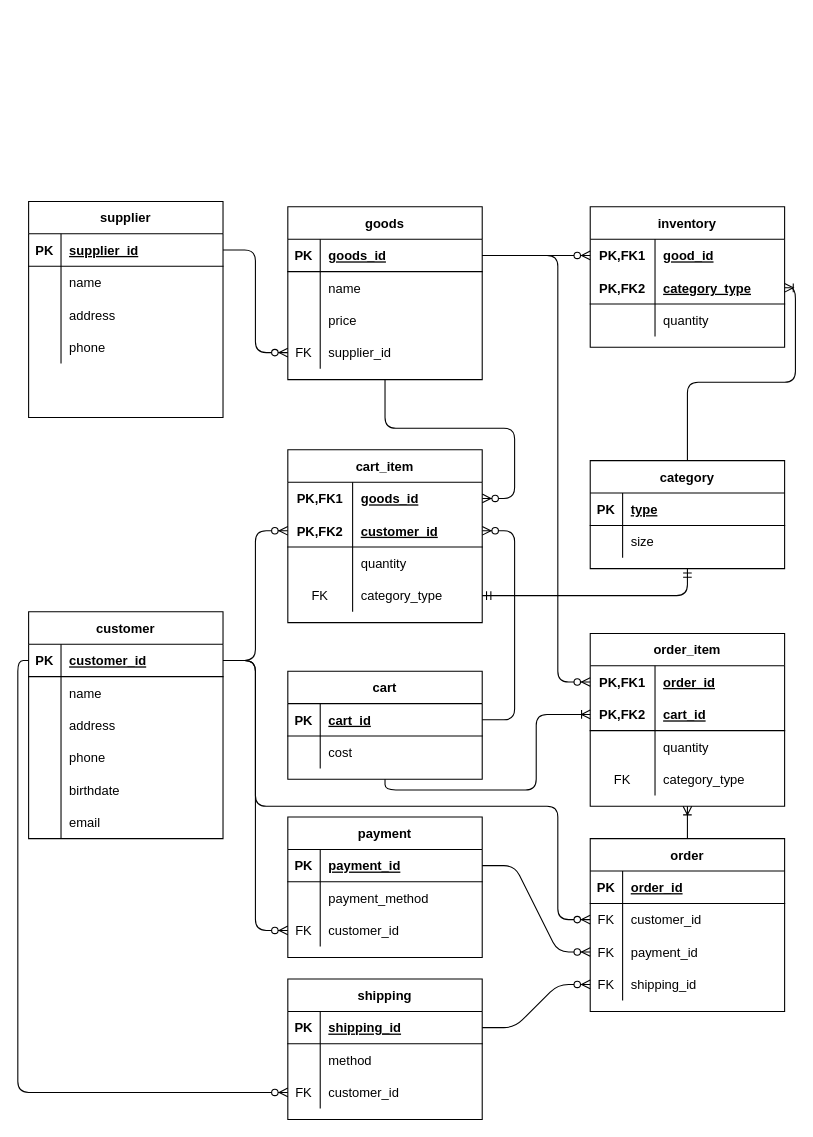
The draw.io diagram ermodel.drawio in BoshiLee/ecommerce, before the edit. Source tidied: cells renumbered, new cells numbered last; positions are measured from the earlier drawing's top-left corner, leaving out a move shared by most shapes. Both pictures are drawn from the tidied source at 108%, with x=0, y=0 at pixel (28, 201).
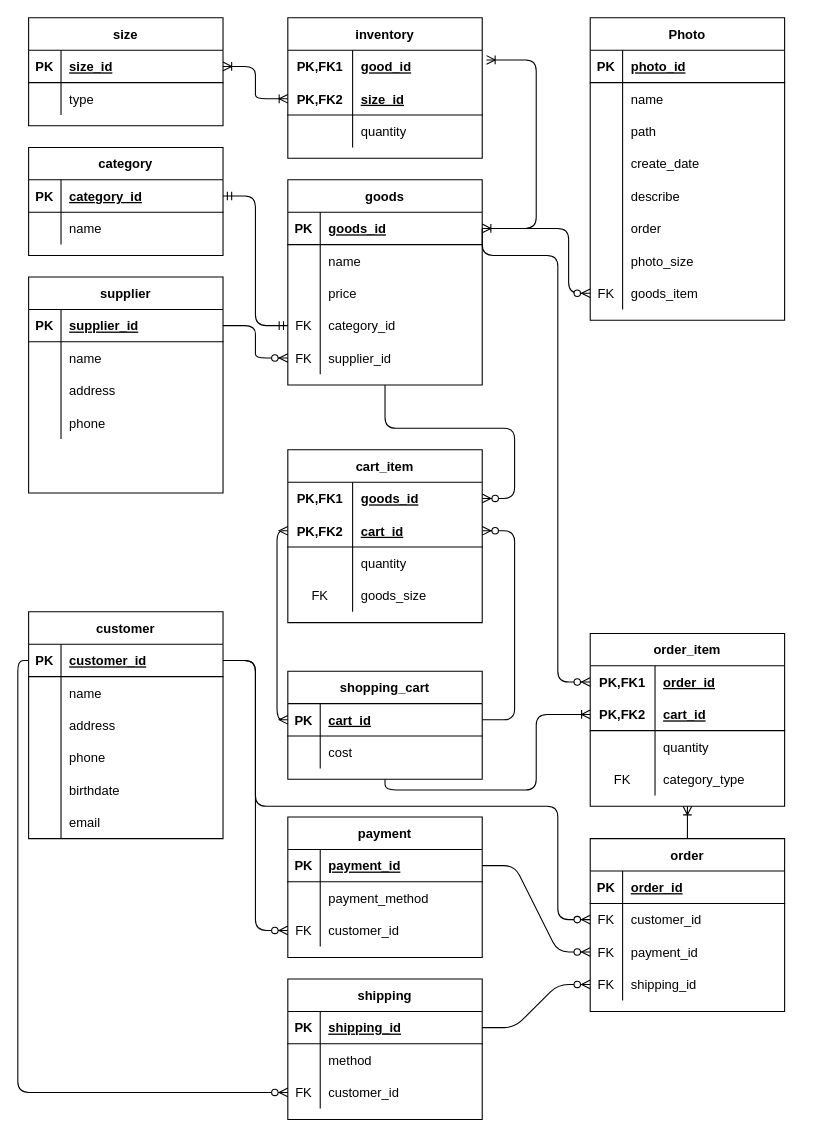
The same diagram, later.

Unchanged cells that the change refers to:
```xml
<mxCell id="3" style="shape=partialRectangle;fillColor=none;top=0;left=0;bottom=1;right=0;points=[[0,0.5],[1,0.5]];portConstraint=eastwest;" parent="2" vertex="1">
  <mxGeometry y="30" width="180" height="30" as="geometry" />
</mxCell>
<mxCell id="45" style="shape=partialRectangle;fillColor=none;top=0;left=0;bottom=1;right=0;points=[[0,0.5],[1,0.5]];portConstraint=eastwest;" parent="44" vertex="1">
  <mxGeometry y="30" width="180" height="30" as="geometry" />
</mxCell>
<mxCell id="58" style="shape=partialRectangle;fillColor=none;top=0;left=0;bottom=1;right=0;points=[[0,0.5],[1,0.5]];portConstraint=eastwest;" parent="57" vertex="1">
  <mxGeometry y="30" width="180" height="30" as="geometry" />
</mxCell>
<mxCell id="61" style="shape=partialRectangle;fillColor=none;top=0;left=0;bottom=0;right=0;" parent="57" vertex="1">
  <mxGeometry y="60" width="180" height="30" as="geometry" />
</mxCell>
<mxCell id="65" style="shape=partialRectangle;fillColor=none;top=0;left=0;bottom=1;right=0;points=[[0,0.5],[1,0.5]];portConstraint=eastwest;" parent="64" vertex="1">
  <mxGeometry y="30" width="180" height="30" as="geometry" />
</mxCell>
<mxCell id="88" style="shape=partialRectangle;fillColor=none;top=0;left=0;bottom=1;right=0;points=[[0,0.5],[1,0.5]];portConstraint=eastwest;" parent="84" vertex="1">
  <mxGeometry y="60" width="180" height="30" as="geometry" />
</mxCell>
<mxCell id="94" style="shape=partialRectangle;fillColor=none;top=0;left=0;bottom=0;right=0;points=[[0,0.5],[1,0.5]];portConstraint=eastwest;dashed=1;" parent="84" vertex="1">
  <mxGeometry y="120" width="180" height="30" as="geometry" />
</mxCell>
<mxCell id="101" style="shape=partialRectangle;fillColor=none;top=0;left=0;bottom=0;right=0;points=[[0,0.5],[1,0.5]];portConstraint=eastwest;" parent="100" vertex="1">
  <mxGeometry y="30" width="180" height="30" as="geometry" />
</mxCell>
<mxCell id="104" style="shape=partialRectangle;fillColor=none;top=0;left=0;bottom=1;right=0;points=[[0,0.5],[1,0.5]];portConstraint=eastwest;" parent="100" vertex="1">
  <mxGeometry y="60" width="180" height="30" as="geometry" />
</mxCell>
```

The edit, as a diff of the source:
```diff
@@
     <mxCell id="31" value="supplier" style="shape=table;startSize=30;childLayout=tableLayout;rowLines=0;fontStyle=1;align=center;" parent="1" vertex="1">
-      <mxGeometry width="180" height="200" as="geometry" />
+      <mxGeometry y="70" width="180" height="200" as="geometry" />
     </mxCell>
@@
     <mxCell id="44" value="goods" style="shape=table;startSize=30;childLayout=tableLayout;rowLines=0;fontStyle=1;align=center;" parent="1" vertex="1">
-      <mxGeometry x="240" y="5" width="180" height="160" as="geometry" />
+      <mxGeometry x="240" y="-20" width="180" height="190" as="geometry" />
     </mxCell>
@@
+    <mxCell id="145" style="shape=partialRectangle;fillColor=none;top=0;left=0;bottom=0;right=0;points=[[0,0.5],[1,0.5]];portConstraint=eastwest;" parent="44" vertex="1">
+      <mxGeometry y="120" width="180" height="30" as="geometry" />
+    </mxCell>
+    <mxCell id="146" value="FK" style="shape=partialRectangle;fillColor=none;top=0;left=0;bottom=0;right=0;fontStyle=0;overflow=hidden;" parent="145" vertex="1">
+      <mxGeometry width="30" height="30" as="geometry" />
+    </mxCell>
+    <mxCell id="147" value="category_id" style="shape=partialRectangle;fillColor=none;top=0;left=0;bottom=0;right=0;align=left;spacingLeft=6;fontStyle=0;overflow=hidden;" parent="145" vertex="1">
+      <mxGeometry x="30" width="150" height="30" as="geometry" />
+    </mxCell>
     <mxCell id="54" style="shape=partialRectangle;fillColor=none;top=0;left=0;bottom=0;right=0;points=[[0,0.5],[1,0.5]];portConstraint=eastwest;" parent="44" vertex="1">
-      <mxGeometry y="120" width="180" height="30" as="geometry" />
+      <mxGeometry y="150" width="180" height="30" as="geometry" />
     </mxCell>
@@
     <mxCell id="57" value="category" style="shape=table;startSize=30;childLayout=tableLayout;rowLines=0;fontStyle=1;align=center;" parent="1" vertex="1">
-      <mxGeometry x="520" y="240" width="180" height="100" as="geometry" />
+      <mxGeometry y="-50" width="180" height="100" as="geometry" />
     </mxCell>
@@
-    <mxCell id="60" value="type" style="shape=partialRectangle;fillColor=none;top=0;left=0;bottom=0;right=0;align=left;spacingLeft=6;fontStyle=5;overflow=hidden;" parent="58" vertex="1">
+    <mxCell id="60" value="category_id" style="shape=partialRectangle;fillColor=none;top=0;left=0;bottom=0;right=0;align=left;spacingLeft=6;fontStyle=5;overflow=hidden;" parent="58" vertex="1">
       <mxGeometry x="30" width="150" height="30" as="geometry" />
     </mxCell>
@@
-    <mxCell id="63" value="size" style="shape=partialRectangle;fillColor=none;top=0;left=0;bottom=0;right=0;align=left;spacingLeft=6;overflow=hidden;" parent="61" vertex="1">
+    <mxCell id="63" value="name" style="shape=partialRectangle;fillColor=none;top=0;left=0;bottom=0;right=0;align=left;spacingLeft=6;overflow=hidden;" parent="61" vertex="1">
       <mxGeometry x="30" width="150" height="30" as="geometry" />
     </mxCell>
-    <mxCell id="64" value="cart" style="shape=table;startSize=30;childLayout=tableLayout;rowLines=0;fontStyle=1;align=center;" parent="1" vertex="1">
+    <mxCell id="64" value="shopping_cart" style="shape=table;startSize=30;childLayout=tableLayout;rowLines=0;fontStyle=1;align=center;" parent="1" vertex="1">
       <mxGeometry x="240" y="435" width="180" height="100" as="geometry" />
     </mxCell>
@@
-    <mxCell id="90" value="customer_id" style="shape=partialRectangle;fillColor=none;top=0;left=0;bottom=0;right=0;align=left;spacingLeft=6;fontStyle=5;overflow=hidden;" parent="88" vertex="1">
+    <mxCell id="90" value="cart_id" style="shape=partialRectangle;fillColor=none;top=0;left=0;bottom=0;right=0;align=left;spacingLeft=6;fontStyle=5;overflow=hidden;" parent="88" vertex="1">
       <mxGeometry x="60" width="120" height="30" as="geometry" />
     </mxCell>
@@
-    <mxCell id="96" value="category_type" style="shape=partialRectangle;fillColor=none;top=0;left=0;bottom=0;right=0;align=left;spacingLeft=6;fontStyle=0;overflow=hidden;" parent="94" vertex="1">
+    <mxCell id="96" value="goods_size" style="shape=partialRectangle;fillColor=none;top=0;left=0;bottom=0;right=0;align=left;spacingLeft=6;fontStyle=0;overflow=hidden;" parent="94" vertex="1">
       <mxGeometry x="60" width="120" height="30" as="geometry" />
     </mxCell>
@@
     <mxCell id="100" value="inventory" style="shape=table;startSize=30;childLayout=tableLayout;rowLines=0;fontStyle=1;align=center;" parent="1" vertex="1">
-      <mxGeometry x="520" y="5" width="180" height="130" as="geometry" />
+      <mxGeometry x="240" y="-170" width="180" height="130" as="geometry" />
     </mxCell>
@@
-    <mxCell id="106" value="category_type" style="shape=partialRectangle;fillColor=none;top=0;left=0;bottom=0;right=0;align=left;spacingLeft=6;fontStyle=5;overflow=hidden;" parent="104" vertex="1">
+    <mxCell id="106" value="size_id" style="shape=partialRectangle;fillColor=none;top=0;left=0;bottom=0;right=0;align=left;spacingLeft=6;fontStyle=5;overflow=hidden;" parent="104" vertex="1">
       <mxGeometry x="60" width="120" height="30" as="geometry" />
     </mxCell>
@@
-    <mxCell id="110" style="edgeStyle=orthogonalEdgeStyle;fontSize=12;html=1;endArrow=ERmandOne;startArrow=ERmandOne;entryX=0.5;entryY=1;entryDx=0;entryDy=0;exitX=1;exitY=0.5;exitDx=0;exitDy=0;" parent="1" edge="1" source="94" target="57">
-      <mxGeometry relative="1" as="geometry" />
-    </mxCell>
-    <mxCell id="111" style="edgeStyle=orthogonalEdgeStyle;fontSize=12;html=1;endArrow=ERzeroToMany;endFill=1;entryX=0;entryY=0.5;entryDx=0;entryDy=0;exitX=1;exitY=0.5;exitDx=0;exitDy=0;" parent="1" edge="1" source="45" target="101">
-      <mxGeometry relative="1" as="geometry" />
-    </mxCell>
-    <mxCell id="112" style="fontSize=12;html=1;endArrow=ERoneToMany;entryX=1;entryY=0.5;entryDx=0;entryDy=0;exitX=0.5;exitY=0;exitDx=0;exitDy=0;edgeStyle=orthogonalEdgeStyle;" parent="1" edge="1" source="57" target="104">
-      <mxGeometry relative="1" as="geometry" />
-    </mxCell>
-    <mxCell id="113" style="edgeStyle=entityRelationEdgeStyle;fontSize=12;html=1;endArrow=ERzeroToMany;endFill=1;entryX=0;entryY=0.5;entryDx=0;entryDy=0;exitX=1;exitY=0.5;exitDx=0;exitDy=0;" parent="1" edge="1" source="3" target="88">
-      <mxGeometry relative="1" as="geometry" />
-    </mxCell>
@@
+    <mxCell id="148" value="size" style="shape=table;startSize=30;childLayout=tableLayout;rowLines=0;fontStyle=1;align=center;" parent="1" vertex="1">
+      <mxGeometry y="-170" width="180" height="100" as="geometry" />
+    </mxCell>
+    <mxCell id="149" style="shape=partialRectangle;fillColor=none;top=0;left=0;bottom=1;right=0;points=[[0,0.5],[1,0.5]];portConstraint=eastwest;" parent="148" vertex="1">
+      <mxGeometry y="30" width="180" height="30" as="geometry" />
+    </mxCell>
+    <mxCell id="150" value="PK" style="shape=partialRectangle;fillColor=none;top=0;left=0;bottom=0;right=0;fontStyle=1;overflow=hidden;" parent="149" vertex="1">
+      <mxGeometry width="30" height="30" as="geometry" />
+    </mxCell>
+    <mxCell id="151" value="size_id" style="shape=partialRectangle;fillColor=none;top=0;left=0;bottom=0;right=0;align=left;spacingLeft=6;fontStyle=5;overflow=hidden;" parent="149" vertex="1">
+      <mxGeometry x="30" width="150" height="30" as="geometry" />
+    </mxCell>
+    <mxCell id="152" style="shape=partialRectangle;fillColor=none;top=0;left=0;bottom=0;right=0;" parent="148" vertex="1">
+      <mxGeometry y="60" width="180" height="30" as="geometry" />
+    </mxCell>
+    <mxCell id="153" style="shape=partialRectangle;fillColor=none;top=0;left=0;bottom=0;right=0;overflow=hidden;" parent="152" vertex="1">
+      <mxGeometry width="30" height="30" as="geometry" />
+    </mxCell>
+    <mxCell id="154" value="type" style="shape=partialRectangle;fillColor=none;top=0;left=0;bottom=0;right=0;align=left;spacingLeft=6;overflow=hidden;" parent="152" vertex="1">
+      <mxGeometry x="30" width="150" height="30" as="geometry" />
+    </mxCell>
+    <mxCell id="111" style="edgeStyle=orthogonalEdgeStyle;fontSize=12;html=1;endArrow=ERoneToMany;startArrow=ERoneToMany;entryX=1.022;entryY=0.3;entryDx=0;entryDy=0;entryPerimeter=0;exitX=1;exitY=0.5;exitDx=0;exitDy=0;" parent="1" edge="1" source="45" target="101">
+      <mxGeometry relative="1" as="geometry">
+        <Array as="points">
+          <mxPoint x="470" y="25" />
+          <mxPoint x="470" y="-131" />
+        </Array>
+      </mxGeometry>
+    </mxCell>
+    <mxCell id="155" style="edgeStyle=entityRelationEdgeStyle;fontSize=12;html=1;endArrow=ERoneToMany;startArrow=ERoneToMany;entryX=0;entryY=0.5;entryDx=0;entryDy=0;exitX=1;exitY=0.5;exitDx=0;exitDy=0;" parent="1" edge="1" source="149" target="104">
+      <mxGeometry relative="1" as="geometry" />
+    </mxCell>
+    <mxCell id="156" value="Photo" style="shape=table;startSize=30;childLayout=tableLayout;rowLines=0;fontStyle=1;align=center;" parent="1" vertex="1">
+      <mxGeometry x="520" y="-170" width="180" height="280" as="geometry" />
+    </mxCell>
+    <mxCell id="157" style="shape=partialRectangle;fillColor=none;top=0;left=0;bottom=1;right=0;" parent="156" vertex="1">
+      <mxGeometry y="30" width="180" height="30" as="geometry" />
+    </mxCell>
+    <mxCell id="158" value="PK" style="shape=partialRectangle;fillColor=none;top=0;left=0;bottom=0;right=0;fontStyle=1;overflow=hidden;" parent="157" vertex="1">
+      <mxGeometry width="30" height="30" as="geometry" />
+    </mxCell>
+    <mxCell id="159" value="photo_id" style="shape=partialRectangle;fillColor=none;top=0;left=0;bottom=0;right=0;align=left;spacingLeft=6;fontStyle=5;overflow=hidden;" parent="157" vertex="1">
+      <mxGeometry x="30" width="150" height="30" as="geometry" />
+    </mxCell>
+    <mxCell id="160" style="shape=partialRectangle;fillColor=none;top=0;left=0;bottom=0;right=0;" parent="156" vertex="1">
+      <mxGeometry y="60" width="180" height="30" as="geometry" />
+    </mxCell>
+    <mxCell id="161" style="shape=partialRectangle;fillColor=none;top=0;left=0;bottom=0;right=0;overflow=hidden;" parent="160" vertex="1">
+      <mxGeometry width="30" height="30" as="geometry" />
+    </mxCell>
+    <mxCell id="162" value="name" style="shape=partialRectangle;fillColor=none;top=0;left=0;bottom=0;right=0;align=left;spacingLeft=6;overflow=hidden;" parent="160" vertex="1">
+      <mxGeometry x="30" width="150" height="30" as="geometry" />
+    </mxCell>
+    <mxCell id="163" style="shape=partialRectangle;fillColor=none;top=0;left=0;bottom=0;right=0;" parent="156" vertex="1">
+      <mxGeometry y="90" width="180" height="30" as="geometry" />
+    </mxCell>
+    <mxCell id="164" style="shape=partialRectangle;fillColor=none;top=0;left=0;bottom=0;right=0;overflow=hidden;" parent="163" vertex="1">
+      <mxGeometry width="30" height="30" as="geometry" />
+    </mxCell>
+    <mxCell id="165" value="path" style="shape=partialRectangle;fillColor=none;top=0;left=0;bottom=0;right=0;align=left;spacingLeft=6;overflow=hidden;" parent="163" vertex="1">
+      <mxGeometry x="30" width="150" height="30" as="geometry" />
+    </mxCell>
+    <mxCell id="166" style="shape=partialRectangle;fillColor=none;top=0;left=0;bottom=0;right=0;" parent="156" vertex="1">
+      <mxGeometry y="120" width="180" height="30" as="geometry" />
+    </mxCell>
+    <mxCell id="167" style="shape=partialRectangle;fillColor=none;top=0;left=0;bottom=0;right=0;overflow=hidden;" parent="166" vertex="1">
+      <mxGeometry width="30" height="30" as="geometry" />
+    </mxCell>
+    <mxCell id="168" value="create_date" style="shape=partialRectangle;fillColor=none;top=0;left=0;bottom=0;right=0;align=left;spacingLeft=6;overflow=hidden;" parent="166" vertex="1">
+      <mxGeometry x="30" width="150" height="30" as="geometry" />
+    </mxCell>
+    <mxCell id="169" style="shape=partialRectangle;fillColor=none;top=0;left=0;bottom=0;right=0;" parent="156" vertex="1">
+      <mxGeometry y="150" width="180" height="30" as="geometry" />
+    </mxCell>
+    <mxCell id="170" style="shape=partialRectangle;fillColor=none;top=0;left=0;bottom=0;right=0;overflow=hidden;" parent="169" vertex="1">
+      <mxGeometry width="30" height="30" as="geometry" />
+    </mxCell>
+    <mxCell id="171" value="describe" style="shape=partialRectangle;fillColor=none;top=0;left=0;bottom=0;right=0;align=left;spacingLeft=6;overflow=hidden;" parent="169" vertex="1">
+      <mxGeometry x="30" width="150" height="30" as="geometry" />
+    </mxCell>
+    <mxCell id="172" style="shape=partialRectangle;fillColor=none;top=0;left=0;bottom=0;right=0;" parent="156" vertex="1">
+      <mxGeometry y="180" width="180" height="30" as="geometry" />
+    </mxCell>
+    <mxCell id="173" style="shape=partialRectangle;fillColor=none;top=0;left=0;bottom=0;right=0;overflow=hidden;" parent="172" vertex="1">
+      <mxGeometry width="30" height="30" as="geometry" />
+    </mxCell>
+    <mxCell id="174" value="order" style="shape=partialRectangle;fillColor=none;top=0;left=0;bottom=0;right=0;align=left;spacingLeft=6;overflow=hidden;" parent="172" vertex="1">
+      <mxGeometry x="30" width="150" height="30" as="geometry" />
+    </mxCell>
+    <mxCell id="175" style="shape=partialRectangle;fillColor=none;top=0;left=0;bottom=0;right=0;" parent="156" vertex="1">
+      <mxGeometry y="210" width="180" height="30" as="geometry" />
+    </mxCell>
+    <mxCell id="176" style="shape=partialRectangle;fillColor=none;top=0;left=0;bottom=0;right=0;overflow=hidden;" parent="175" vertex="1">
+      <mxGeometry width="30" height="30" as="geometry" />
+    </mxCell>
+    <mxCell id="177" value="photo_size" style="shape=partialRectangle;fillColor=none;top=0;left=0;bottom=0;right=0;align=left;spacingLeft=6;overflow=hidden;" parent="175" vertex="1">
+      <mxGeometry x="30" width="150" height="30" as="geometry" />
+    </mxCell>
+    <mxCell id="178" style="shape=partialRectangle;fillColor=none;top=0;left=0;bottom=0;right=0;points=[[0,0.5],[1,0.5]];portConstraint=eastwest;" parent="156" vertex="1">
+      <mxGeometry y="240" width="180" height="30" as="geometry" />
+    </mxCell>
+    <mxCell id="179" value="FK" style="shape=partialRectangle;fillColor=none;top=0;left=0;bottom=0;right=0;fontStyle=0;overflow=hidden;" parent="178" vertex="1">
+      <mxGeometry width="30" height="30" as="geometry" />
+    </mxCell>
+    <mxCell id="180" value="goods_item" style="shape=partialRectangle;fillColor=none;top=0;left=0;bottom=0;right=0;align=left;spacingLeft=6;fontStyle=0;overflow=hidden;" parent="178" vertex="1">
+      <mxGeometry x="30" width="150" height="30" as="geometry" />
+    </mxCell>
+    <mxCell id="181" style="edgeStyle=orthogonalEdgeStyle;fontSize=12;html=1;endArrow=ERzeroToMany;endFill=1;entryX=0;entryY=0.5;entryDx=0;entryDy=0;exitX=1;exitY=0.5;exitDx=0;exitDy=0;" parent="1" edge="1" source="45" target="178">
+      <mxGeometry relative="1" as="geometry">
+        <Array as="points">
+          <mxPoint x="500" y="25" />
+          <mxPoint x="500" y="85" />
+        </Array>
+      </mxGeometry>
+    </mxCell>
+    <mxCell id="182" style="edgeStyle=entityRelationEdgeStyle;fontSize=12;html=1;endArrow=ERmandOne;startArrow=ERmandOne;entryX=0;entryY=0.5;entryDx=0;entryDy=0;" parent="1" edge="1" source="58" target="145">
+      <mxGeometry relative="1" as="geometry" />
+    </mxCell>
+    <mxCell id="183" style="edgeStyle=orthogonalEdgeStyle;fontSize=12;html=1;endArrow=ERmany;startArrow=ERmany;entryX=0;entryY=0.5;entryDx=0;entryDy=0;exitX=0;exitY=0.5;exitDx=0;exitDy=0;" parent="1" edge="1" source="65" target="88">
+      <mxGeometry relative="1" as="geometry" />
+    </mxCell>
```
